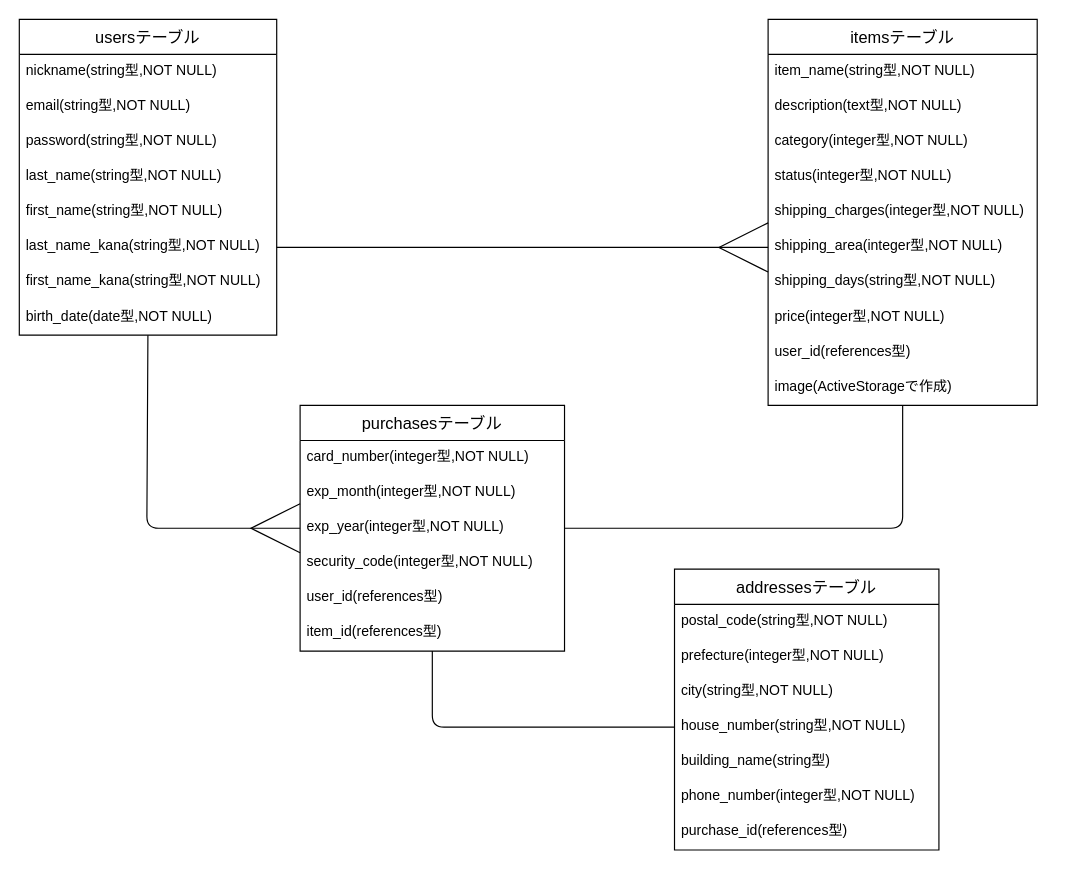
Earlier version of the draw.io diagram ER.dio (T-yama0921/furima-35584). Source tidied: cells renumbered, new cells numbered last; positions are measured from the earlier drawing's top-left corner, leaving out a move shared by most shapes. Both pictures are drawn from the tidied source at 117%, with x=0, y=0 at pixel (19, 19).
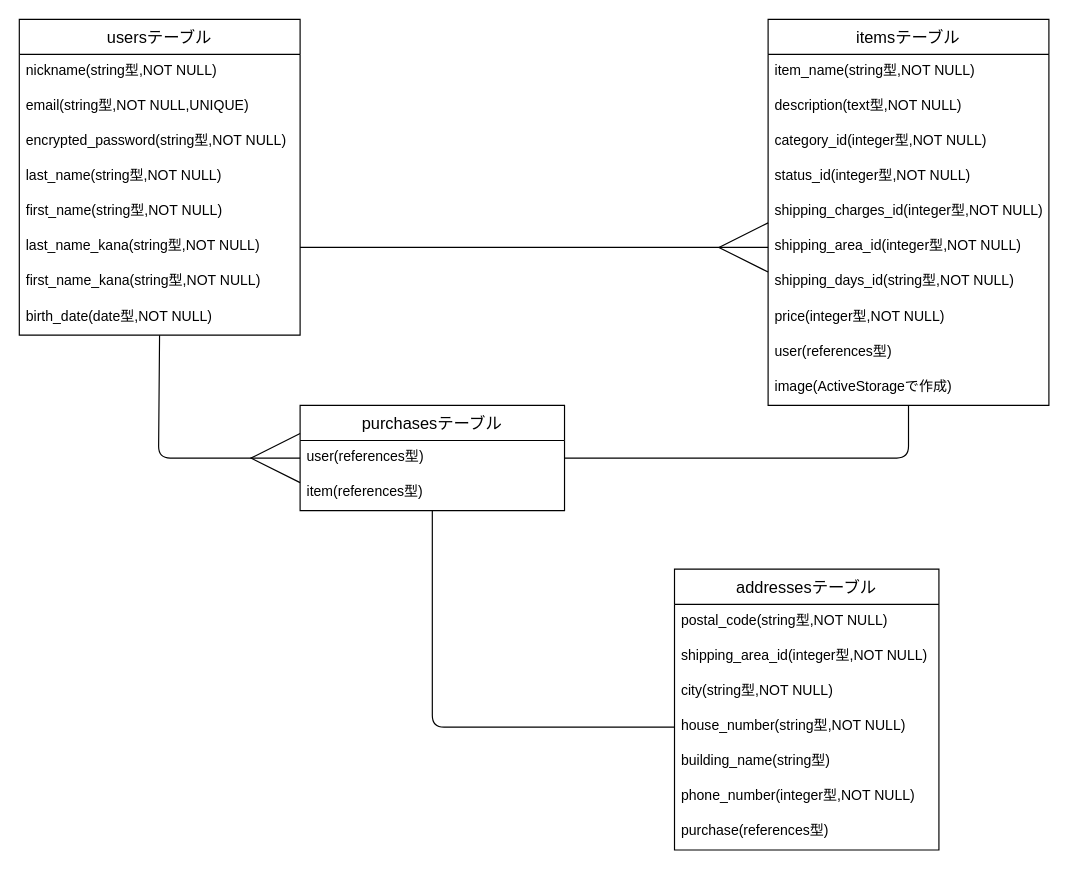
The same diagram, later.

Commit message (it also covers changes not shown here):
README修正に伴うER図の修正

Unchanged cells that the change refers to:
```xml
<mxCell id="30" value="addressesテーブル" style="swimlane;fontStyle=0;horizontal=1;startSize=30;align=center;fontSize=14;" parent="1" vertex="1">
  <mxGeometry x="560" y="470" width="226" height="240" as="geometry" />
</mxCell>
```

Diff of the diagram source:
```diff
@@
     <mxCell id="2" value="usersテーブル" style="swimlane;fontStyle=0;horizontal=1;startSize=30;align=center;fontSize=14;" parent="1" vertex="1">
-      <mxGeometry width="220" height="270" as="geometry" />
+      <mxGeometry width="240" height="270" as="geometry" />
     </mxCell>
     <mxCell id="3" value="nickname(string型,NOT NULL)" style="text;strokeColor=none;fillColor=none;spacingLeft=4;spacingRight=4;overflow=hidden;fontSize=12;" parent="2" vertex="1">
-      <mxGeometry y="30" width="220" height="30" as="geometry" />
+      <mxGeometry y="30" width="240" height="30" as="geometry" />
     </mxCell>
-    <mxCell id="4" value="email(string型,NOT NULL)" style="text;strokeColor=none;fillColor=none;spacingLeft=4;spacingRight=4;overflow=hidden;fontSize=12;" parent="2" vertex="1">
-      <mxGeometry y="60" width="220" height="30" as="geometry" />
+    <mxCell id="4" value="email(string型,NOT NULL,UNIQUE)" style="text;strokeColor=none;fillColor=none;spacingLeft=4;spacingRight=4;overflow=hidden;fontSize=12;" parent="2" vertex="1">
+      <mxGeometry y="60" width="240" height="30" as="geometry" />
     </mxCell>
-    <mxCell id="5" value="password(string型,NOT NULL)" style="text;strokeColor=none;fillColor=none;spacingLeft=4;spacingRight=4;overflow=hidden;fontSize=12;direction=east;" parent="2" vertex="1">
-      <mxGeometry y="90" width="220" height="30" as="geometry" />
+    <mxCell id="5" value="encrypted_password(string型,NOT NULL)" style="text;strokeColor=none;fillColor=none;spacingLeft=4;spacingRight=4;overflow=hidden;fontSize=12;direction=east;" parent="2" vertex="1">
+      <mxGeometry y="90" width="240" height="30" as="geometry" />
     </mxCell>
     <mxCell id="6" value="last_name(string型,NOT NULL)" style="text;strokeColor=none;fillColor=none;spacingLeft=4;spacingRight=4;overflow=hidden;fontSize=12;" parent="2" vertex="1">
-      <mxGeometry y="120" width="220" height="30" as="geometry" />
+      <mxGeometry y="120" width="240" height="30" as="geometry" />
     </mxCell>
     <mxCell id="7" value="first_name(string型,NOT NULL)" style="text;strokeColor=none;fillColor=none;spacingLeft=4;spacingRight=4;overflow=hidden;fontSize=12;" parent="2" vertex="1">
-      <mxGeometry y="150" width="220" height="30" as="geometry" />
+      <mxGeometry y="150" width="240" height="30" as="geometry" />
     </mxCell>
     <mxCell id="8" value="last_name_kana(string型,NOT NULL)" style="text;strokeColor=none;fillColor=none;spacingLeft=4;spacingRight=4;overflow=hidden;points=[[0,0.5],[1,0.5]];portConstraint=eastwest;fontSize=12;" parent="2" vertex="1">
-      <mxGeometry y="180" width="220" height="30" as="geometry" />
+      <mxGeometry y="180" width="240" height="30" as="geometry" />
     </mxCell>
     <mxCell id="9" value="first_name_kana(string型,NOT NULL)" style="text;strokeColor=none;fillColor=none;spacingLeft=4;spacingRight=4;overflow=hidden;fontSize=12;" parent="2" vertex="1">
-      <mxGeometry y="210" width="220" height="30" as="geometry" />
+      <mxGeometry y="210" width="240" height="30" as="geometry" />
     </mxCell>
     <mxCell id="10" value="birth_date(date型,NOT NULL)" style="text;strokeColor=none;fillColor=none;spacingLeft=4;spacingRight=4;overflow=hidden;points=[[0,0.5],[1,0.5]];portConstraint=eastwest;fontSize=12;" parent="2" vertex="1">
-      <mxGeometry y="240" width="220" height="30" as="geometry" />
+      <mxGeometry y="240" width="240" height="30" as="geometry" />
     </mxCell>
     <mxCell id="11" value="itemsテーブル" style="swimlane;fontStyle=0;horizontal=1;startSize=30;align=center;fontSize=14;" parent="1" vertex="1">
-      <mxGeometry x="640" width="230" height="330" as="geometry" />
+      <mxGeometry x="640" width="240" height="330" as="geometry" />
     </mxCell>
     <mxCell id="12" value="item_name(string型,NOT NULL)" style="text;strokeColor=none;fillColor=none;spacingLeft=4;spacingRight=4;overflow=hidden;fontSize=12;" parent="11" vertex="1">
-      <mxGeometry y="30" width="230" height="30" as="geometry" />
+      <mxGeometry y="30" width="240" height="30" as="geometry" />
     </mxCell>
     <mxCell id="13" value="description(text型,NOT NULL)" style="text;strokeColor=none;fillColor=none;spacingLeft=4;spacingRight=4;overflow=hidden;fontSize=12;direction=east;" parent="11" vertex="1">
-      <mxGeometry y="60" width="230" height="30" as="geometry" />
+      <mxGeometry y="60" width="240" height="30" as="geometry" />
     </mxCell>
-    <mxCell id="14" value="category(integer型,NOT NULL)" style="text;strokeColor=none;fillColor=none;spacingLeft=4;spacingRight=4;overflow=hidden;fontSize=12;" parent="11" vertex="1">
-      <mxGeometry y="90" width="230" height="30" as="geometry" />
+    <mxCell id="14" value="category_id(integer型,NOT NULL)" style="text;strokeColor=none;fillColor=none;spacingLeft=4;spacingRight=4;overflow=hidden;fontSize=12;" parent="11" vertex="1">
+      <mxGeometry y="90" width="240" height="30" as="geometry" />
     </mxCell>
-    <mxCell id="15" value="status(integer型,NOT NULL)" style="text;strokeColor=none;fillColor=none;spacingLeft=4;spacingRight=4;overflow=hidden;fontSize=12;" parent="11" vertex="1">
-      <mxGeometry y="120" width="230" height="30" as="geometry" />
+    <mxCell id="15" value="status_id(integer型,NOT NULL)" style="text;strokeColor=none;fillColor=none;spacingLeft=4;spacingRight=4;overflow=hidden;fontSize=12;" parent="11" vertex="1">
+      <mxGeometry y="120" width="240" height="30" as="geometry" />
     </mxCell>
-    <mxCell id="16" value="shipping_charges(integer型,NOT NULL)" style="text;strokeColor=none;fillColor=none;spacingLeft=4;spacingRight=4;overflow=hidden;fontSize=12;" parent="11" vertex="1">
-      <mxGeometry y="150" width="230" height="30" as="geometry" />
+    <mxCell id="16" value="shipping_charges_id(integer型,NOT NULL)" style="text;strokeColor=none;fillColor=none;spacingLeft=4;spacingRight=4;overflow=hidden;fontSize=12;" parent="11" vertex="1">
+      <mxGeometry y="150" width="240" height="30" as="geometry" />
     </mxCell>
-    <mxCell id="17" value="shipping_area(integer型,NOT NULL)" style="text;strokeColor=none;fillColor=none;spacingLeft=4;spacingRight=4;overflow=hidden;points=[[0,0.5],[1,0.5]];portConstraint=eastwest;fontSize=12;" parent="11" vertex="1">
-      <mxGeometry y="180" width="230" height="30" as="geometry" />
+    <mxCell id="17" value="shipping_area_id(integer型,NOT NULL)" style="text;strokeColor=none;fillColor=none;spacingLeft=4;spacingRight=4;overflow=hidden;points=[[0,0.5],[1,0.5]];portConstraint=eastwest;fontSize=12;" parent="11" vertex="1">
+      <mxGeometry y="180" width="240" height="30" as="geometry" />
     </mxCell>
-    <mxCell id="18" value="shipping_days(string型,NOT NULL)" style="text;strokeColor=none;fillColor=none;spacingLeft=4;spacingRight=4;overflow=hidden;fontSize=12;" parent="11" vertex="1">
-      <mxGeometry y="210" width="230" height="30" as="geometry" />
+    <mxCell id="18" value="shipping_days_id(string型,NOT NULL)" style="text;strokeColor=none;fillColor=none;spacingLeft=4;spacingRight=4;overflow=hidden;fontSize=12;" parent="11" vertex="1">
+      <mxGeometry y="210" width="240" height="30" as="geometry" />
     </mxCell>
     <mxCell id="19" value="price(integer型,NOT NULL)" style="text;strokeColor=none;fillColor=none;spacingLeft=4;spacingRight=4;overflow=hidden;fontSize=12;labelBackgroundColor=none;" parent="11" vertex="1">
-      <mxGeometry y="240" width="230" height="30" as="geometry" />
+      <mxGeometry y="240" width="240" height="30" as="geometry" />
     </mxCell>
-    <mxCell id="20" value="user_id(references型)" style="text;strokeColor=none;fillColor=none;spacingLeft=4;spacingRight=4;overflow=hidden;fontSize=12;labelBackgroundColor=none;" parent="11" vertex="1">
-      <mxGeometry y="270" width="230" height="30" as="geometry" />
+    <mxCell id="20" value="user(references型)" style="text;strokeColor=none;fillColor=none;spacingLeft=4;spacingRight=4;overflow=hidden;fontSize=12;labelBackgroundColor=none;" parent="11" vertex="1">
+      <mxGeometry y="270" width="240" height="30" as="geometry" />
     </mxCell>
     <mxCell id="21" value="image(ActiveStorageで作成)" style="text;strokeColor=none;fillColor=none;spacingLeft=4;spacingRight=4;overflow=hidden;points=[[0,0.5],[1,0.5]];portConstraint=eastwest;fontSize=12;" parent="11" vertex="1">
-      <mxGeometry y="300" width="230" height="30" as="geometry" />
+      <mxGeometry y="300" width="240" height="30" as="geometry" />
     </mxCell>
@@
     <mxCell id="23" value="purchasesテーブル" style="swimlane;fontStyle=0;horizontal=1;startSize=30;align=center;fontSize=14;" parent="1" vertex="1">
-      <mxGeometry x="240" y="330" width="226" height="210" as="geometry" />
+      <mxGeometry x="240" y="330" width="226" height="90" as="geometry" />
     </mxCell>
-    <mxCell id="24" value="card_number(integer型,NOT NULL)" style="text;strokeColor=none;fillColor=none;spacingLeft=4;spacingRight=4;overflow=hidden;fontSize=12;" parent="23" vertex="1">
-      <mxGeometry y="30" width="226" height="30" as="geometry" />
-    </mxCell>
-    <mxCell id="25" value="exp_month(integer型,NOT NULL)" style="text;strokeColor=none;fillColor=none;spacingLeft=4;spacingRight=4;overflow=hidden;fontSize=12;direction=east;" parent="23" vertex="1">
-      <mxGeometry y="60" width="226" height="30" as="geometry" />
-    </mxCell>
-    <mxCell id="26" value="exp_year(integer型,NOT NULL)" style="text;strokeColor=none;fillColor=none;spacingLeft=4;spacingRight=4;overflow=hidden;points=[[0,0.5],[1,0.5]];portConstraint=eastwest;fontSize=12;direction=east;" parent="23" vertex="1">
-      <mxGeometry y="90" width="226" height="30" as="geometry" />
-    </mxCell>
-    <mxCell id="27" value="security_code(integer型,NOT NULL)" style="text;strokeColor=none;fillColor=none;spacingLeft=4;spacingRight=4;overflow=hidden;fontSize=12;" parent="23" vertex="1">
-      <mxGeometry y="120" width="226" height="30" as="geometry" />
-    </mxCell>
-    <mxCell id="28" value="user_id(references型)" style="text;strokeColor=none;fillColor=none;spacingLeft=4;spacingRight=4;overflow=hidden;fontSize=12;" parent="23" vertex="1">
-      <mxGeometry y="150" width="226" height="30" as="geometry" />
+    <mxCell id="28" value="user(references型)" style="text;strokeColor=none;fillColor=none;spacingLeft=4;spacingRight=4;overflow=hidden;fontSize=12;" parent="23" vertex="1">
+      <mxGeometry y="30" width="226" height="30" as="geometry" />
     </mxCell>
-    <mxCell id="29" value="item_id(references型)" style="text;strokeColor=none;fillColor=none;spacingLeft=4;spacingRight=4;overflow=hidden;points=[[0,0.5],[1,0.5]];portConstraint=eastwest;fontSize=12;" parent="23" vertex="1">
-      <mxGeometry y="180" width="226" height="30" as="geometry" />
+    <mxCell id="29" value="item(references型)" style="text;strokeColor=none;fillColor=none;spacingLeft=4;spacingRight=4;overflow=hidden;points=[[0,0.5],[1,0.5]];portConstraint=eastwest;fontSize=12;" parent="23" vertex="1">
+      <mxGeometry y="60" width="226" height="30" as="geometry" />
     </mxCell>
@@
-    <mxCell id="32" value="prefecture(integer型,NOT NULL)" style="text;strokeColor=none;fillColor=none;spacingLeft=4;spacingRight=4;overflow=hidden;fontSize=12;" parent="30" vertex="1">
+    <mxCell id="32" value="shipping_area_id(integer型,NOT NULL)" style="text;strokeColor=none;fillColor=none;spacingLeft=4;spacingRight=4;overflow=hidden;fontSize=12;" parent="30" vertex="1">
       <mxGeometry y="60" width="226" height="30" as="geometry" />
     </mxCell>
@@
-    <mxCell id="37" value="purchase_id(references型)" style="text;strokeColor=none;fillColor=none;spacingLeft=4;spacingRight=4;overflow=hidden;fontSize=12;" parent="30" vertex="1">
+    <mxCell id="37" value="purchase(references型)" style="text;strokeColor=none;fillColor=none;spacingLeft=4;spacingRight=4;overflow=hidden;fontSize=12;" parent="30" vertex="1">
       <mxGeometry y="210" width="226" height="30" as="geometry" />
     </mxCell>
-    <mxCell id="38" style="endArrow=none;html=1;rounded=1;exitX=1;exitY=0.5;exitDx=0;exitDy=0;" parent="1" edge="1" source="26" target="21">
+    <mxCell id="38" style="endArrow=none;html=1;rounded=1;exitX=1;exitY=0.5;exitDx=0;exitDy=0;" parent="1" edge="1" target="21">
       <mxGeometry relative="1" as="geometry">
+        <mxPoint x="466" y="375" as="sourcePoint" />
         <Array as="points">
-          <mxPoint x="755" y="435" />
+          <mxPoint x="760" y="375" />
         </Array>
       </mxGeometry>
     </mxCell>
@@
-    <mxCell id="40" style="fontSize=12;html=1;endArrow=ERmany;entryX=0;entryY=0.5;entryDx=0;entryDy=0;strokeWidth=1;jumpSize=5;endSize=40;" parent="1" edge="1" source="10" target="26">
+    <mxCell id="40" style="fontSize=12;html=1;endArrow=ERmany;entryX=0;entryY=0.5;entryDx=0;entryDy=0;strokeWidth=1;jumpSize=5;endSize=40;" parent="1" edge="1" source="10">
       <mxGeometry relative="1" as="geometry">
+        <mxPoint x="240" y="375" as="targetPoint" />
         <Array as="points">
-          <mxPoint x="109" y="435" />
+          <mxPoint x="119" y="375" />
         </Array>
       </mxGeometry>
     </mxCell>
```
